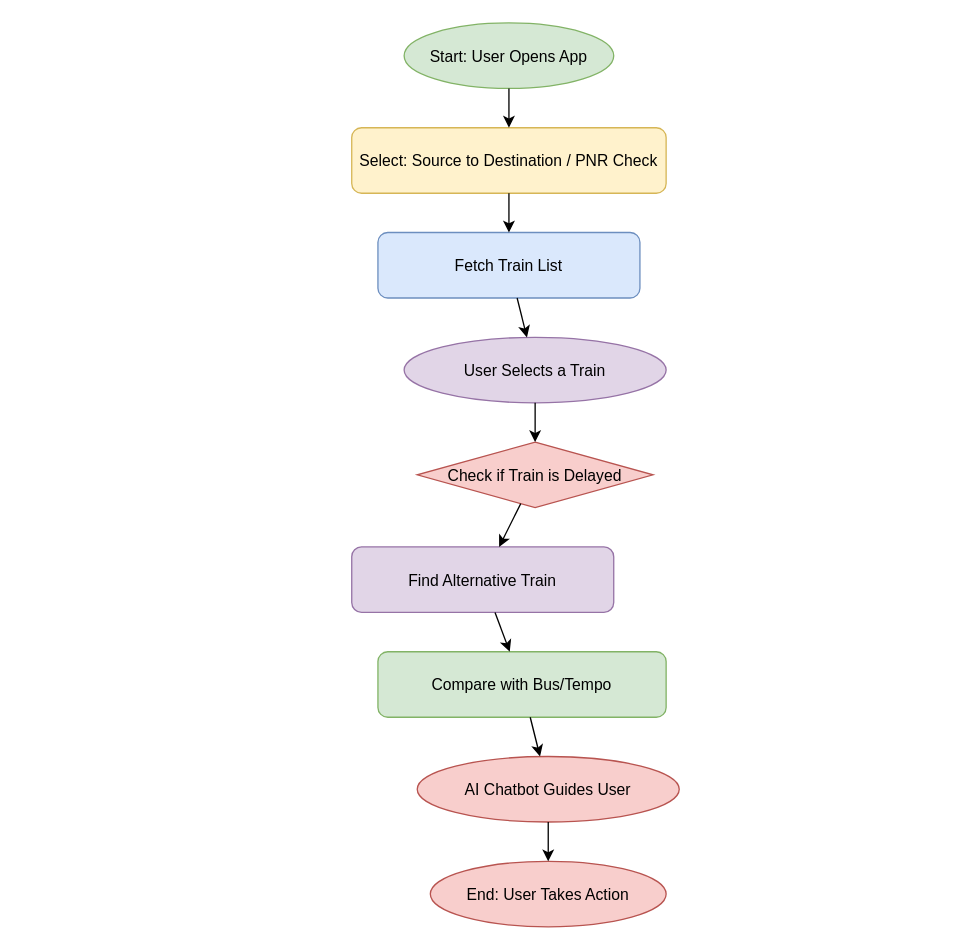
This is ModelTrain.drawio from Gauravlodhi530/My-First-Web, a draw.io file, before an edit. Source tidied: cells renumbered, new cells numbered last; positions are measured from the earlier drawing's top-left corner, leaving out a move shared by most shapes. Both pictures are drawn from the tidied source at 131%, with x=0, y=0 at pixel (351, 22).
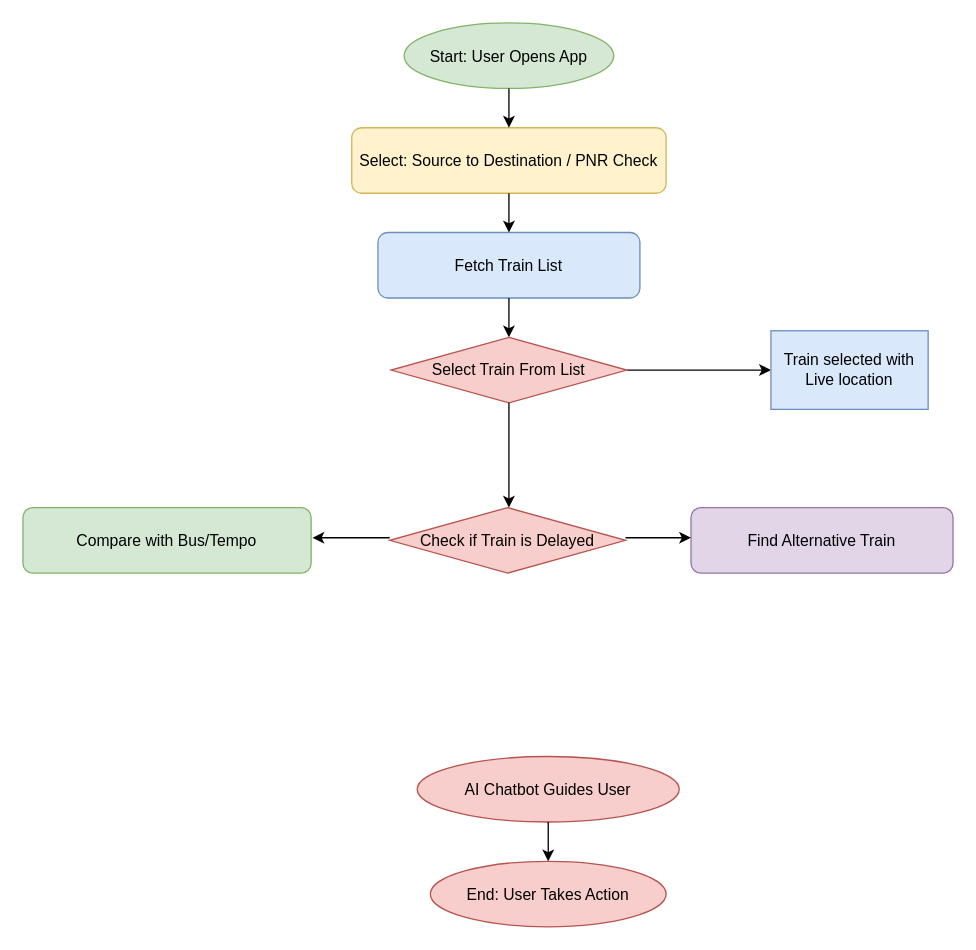
Above is the later version.

The change refers to these unchanged cells:
```xml
<mxCell id="5" value="Fetch Train List" style="rounded=1;fillColor=#DAE8FC;strokeColor=#6C8EBF;" parent="1" vertex="1">
  <mxGeometry x="20" y="160" width="200" height="50" as="geometry" />
</mxCell>
<mxCell id="15" value="AI Chatbot Guides User" style="ellipse;fillColor=#F8CECC;strokeColor=#B85450;" parent="1" vertex="1">
  <mxGeometry x="50" y="560" width="200" height="50" as="geometry" />
</mxCell>
```

Change to the diagram source:
```diff
@@
-    <mxCell id="7" value="User Selects a Train" style="ellipse;fillColor=#E1D5E7;strokeColor=#9673A6;" parent="1" vertex="1">
-      <mxGeometry x="40" y="240" width="200" height="50" as="geometry" />
-    </mxCell>
-    <mxCell id="8" parent="1" edge="1" source="5" target="7">
-      <mxGeometry relative="1" as="geometry" />
+    <mxCell id="8" parent="1" edge="1" source="5">
+      <mxGeometry relative="1" as="geometry">
+        <mxPoint x="120" y="240" as="targetPoint" />
+      </mxGeometry>
     </mxCell>
     <mxCell id="9" value="Check if Train is Delayed" style="rhombus;fillColor=#F8CECC;strokeColor=#B85450;" parent="1" vertex="1">
-      <mxGeometry x="50" y="320" width="180" height="50" as="geometry" />
+      <mxGeometry x="29" y="370" width="180" height="50" as="geometry" />
     </mxCell>
-    <mxCell id="10" parent="1" edge="1" source="7" target="9">
-      <mxGeometry relative="1" as="geometry" />
-    </mxCell>
     <mxCell id="11" value="Find Alternative Train" style="rounded=1;fillColor=#E1D5E7;strokeColor=#9673A6;" parent="1" vertex="1">
-      <mxGeometry y="400" width="200" height="50" as="geometry" />
+      <mxGeometry x="259" y="370" width="200" height="50" as="geometry" />
     </mxCell>
-    <mxCell id="12" parent="1" edge="1" source="9" target="11">
-      <mxGeometry relative="1" as="geometry" />
+    <mxCell id="12" parent="1" edge="1">
+      <mxGeometry relative="1" as="geometry">
+        <mxPoint x="209" y="393" as="sourcePoint" />
+        <mxPoint x="259" y="393" as="targetPoint" />
+      </mxGeometry>
     </mxCell>
     <mxCell id="13" value="Compare with Bus/Tempo" style="rounded=1;fillColor=#D5E8D4;strokeColor=#82B366;" parent="1" vertex="1">
-      <mxGeometry x="20" y="480" width="220" height="50" as="geometry" />
+      <mxGeometry x="-251" y="370" width="220" height="50" as="geometry" />
     </mxCell>
-    <mxCell id="14" parent="1" edge="1" source="11" target="13">
-      <mxGeometry relative="1" as="geometry" />
-    </mxCell>
@@
-    <mxCell id="16" parent="1" edge="1" source="13" target="15">
-      <mxGeometry relative="1" as="geometry" />
-    </mxCell>
@@
+    <mxCell id="19" style="endArrow=classic;html=1;rounded=0;exitX=0;exitY=0.5;exitDx=0;exitDy=0;" parent="1" edge="1">
+      <mxGeometry relative="1" as="geometry">
+        <mxPoint x="29" y="393" as="sourcePoint" />
+        <mxPoint x="-30" y="393" as="targetPoint" />
+      </mxGeometry>
+    </mxCell>
+    <mxCell id="20" style="edgeStyle=orthogonalEdgeStyle;rounded=0;jettySize=auto;html=1;" parent="1" edge="1" source="21" target="22">
+      <mxGeometry relative="1" as="geometry" />
+    </mxCell>
+    <mxCell id="21" value="Select Train From List" style="rhombus;whiteSpace=wrap;html=1;fillColor=#f8cecc;strokeColor=#b85450;" parent="1" vertex="1">
+      <mxGeometry x="30" y="240" width="180" height="50" as="geometry" />
+    </mxCell>
+    <mxCell id="22" value="Train selected with Live location" style="whiteSpace=wrap;html=1;fillColor=#dae8fc;strokeColor=#6c8ebf;" parent="1" vertex="1">
+      <mxGeometry x="320" y="235" width="120" height="60" as="geometry" />
+    </mxCell>
+    <mxCell id="23" style="edgeStyle=none;jettySize=auto;html=1;rounded=0;exitX=0.5;exitY=1;exitDx=0;exitDy=0;" parent="1" edge="1" source="21">
+      <mxGeometry relative="1" as="geometry">
+        <mxPoint x="120" y="370" as="targetPoint" />
+      </mxGeometry>
+    </mxCell>
```
